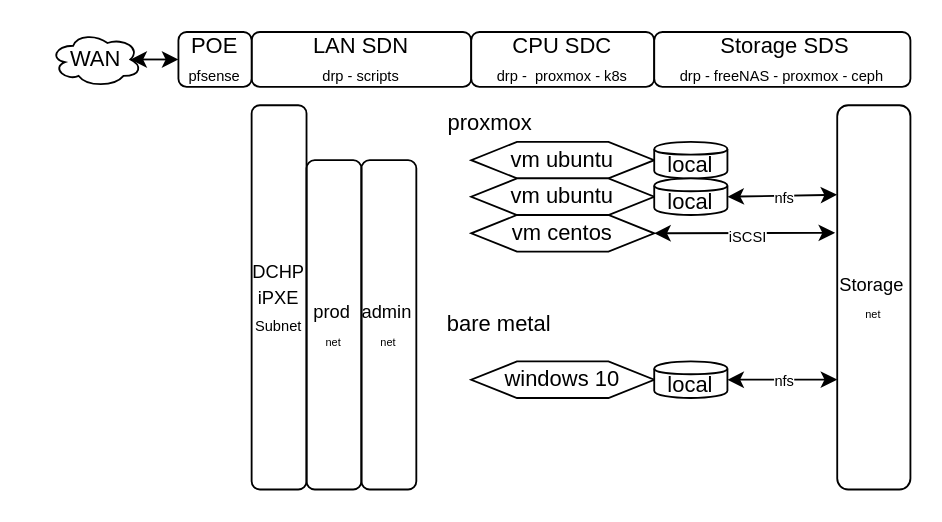
The draw.io diagram docs/gridtemplate/gridtemplate-overview.drawio in 2cld/gh, before the edit. Source tidied: cells renumbered, new cells numbered last; positions are measured from the earlier drawing's top-left corner, leaving out a move shared by most shapes. Both pictures are drawn from the tidied source at 183%, with x=0, y=0 at pixel (49, 31).
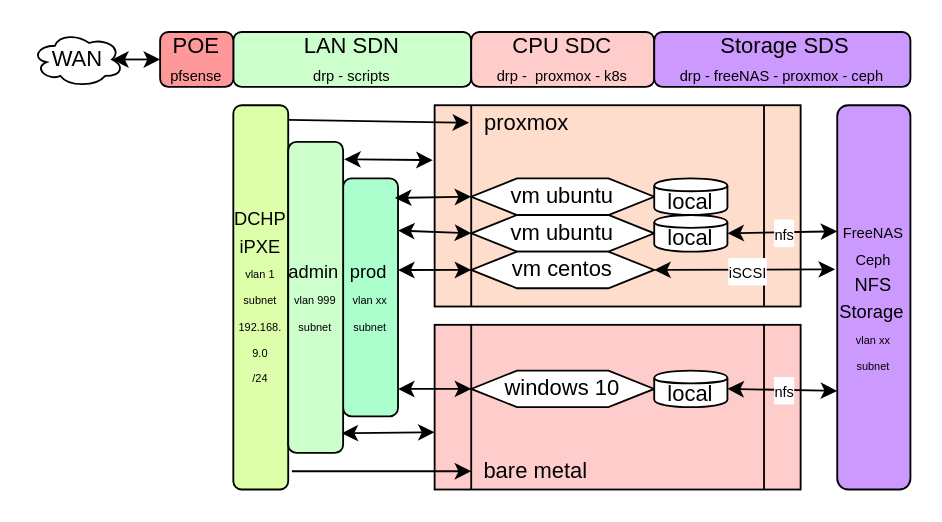
The same diagram, later.

The edit, as a diff of the source:
```diff
@@
+    <mxCell id="27" style="shape=process;whiteSpace=wrap;html=1;backgroundOutline=1;fillColor=#FFCCCC;" parent="1" vertex="1">
+      <mxGeometry x="210" y="160" width="200" height="90" as="geometry" />
+    </mxCell>
+    <mxCell id="28" style="shape=process;whiteSpace=wrap;html=1;backgroundOutline=1;fillColor=#FFDDCC;" parent="1" vertex="1">
+      <mxGeometry x="210" y="40" width="200" height="110" as="geometry" />
+    </mxCell>
     <mxCell id="2" value="WAN" style="ellipse;shape=cloud;whiteSpace=wrap;html=1;" parent="1" vertex="1">
-      <mxGeometry width="50" height="30" as="geometry" />
+      <mxGeometry x="-10" width="50" height="30" as="geometry" />
     </mxCell>
-    <mxCell id="3" value="LAN SDN&lt;br&gt;&lt;font style=&quot;font-size: 8px&quot;&gt;drp - scripts&lt;/font&gt;" style="rounded=1;whiteSpace=wrap;html=1;" parent="1" vertex="1">
-      <mxGeometry x="110" width="120" height="30" as="geometry" />
+    <mxCell id="3" value="LAN SDN&lt;br&gt;&lt;font style=&quot;font-size: 8px&quot;&gt;drp - scripts&lt;/font&gt;" style="rounded=1;whiteSpace=wrap;html=1;fillColor=#CCFFCC;" parent="1" vertex="1">
+      <mxGeometry x="100" width="130" height="30" as="geometry" />
     </mxCell>
-    <mxCell id="4" value="CPU SDC&lt;br&gt;&lt;font style=&quot;font-size: 8px&quot;&gt;drp -&amp;nbsp; proxmox - k8s&lt;/font&gt;" style="rounded=1;whiteSpace=wrap;html=1;" parent="1" vertex="1">
+    <mxCell id="4" value="CPU SDC&lt;br&gt;&lt;font style=&quot;font-size: 8px&quot;&gt;drp -&amp;nbsp; proxmox - k8s&lt;/font&gt;" style="rounded=1;whiteSpace=wrap;html=1;fillColor=#FFCCCC;" parent="1" vertex="1">
       <mxGeometry x="230" width="100" height="30" as="geometry" />
     </mxCell>
-    <mxCell id="5" value="&amp;nbsp;Storage SDS&lt;br&gt;&lt;font style=&quot;font-size: 8px&quot;&gt;drp - freeNAS - proxmox - ceph&lt;/font&gt;" style="rounded=1;whiteSpace=wrap;html=1;" parent="1" vertex="1">
+    <mxCell id="5" value="&amp;nbsp;Storage SDS&lt;br&gt;&lt;font style=&quot;font-size: 8px&quot;&gt;drp - freeNAS - proxmox - ceph&lt;/font&gt;" style="rounded=1;whiteSpace=wrap;html=1;fillColor=#CC99FF;" parent="1" vertex="1">
       <mxGeometry x="330" width="140" height="30" as="geometry" />
     </mxCell>
-    <mxCell id="6" value="POE&lt;br&gt;&lt;font style=&quot;font-size: 8px&quot;&gt;pfsense&lt;/font&gt;" style="rounded=1;whiteSpace=wrap;html=1;" parent="1" vertex="1">
-      <mxGeometry x="70" width="40" height="30" as="geometry" />
+    <mxCell id="6" value="POE&lt;br&gt;&lt;font style=&quot;font-size: 8px&quot;&gt;pfsense&lt;/font&gt;" style="rounded=1;whiteSpace=wrap;html=1;fillColor=#FF9999;" parent="1" vertex="1">
+      <mxGeometry x="60" width="40" height="30" as="geometry" />
     </mxCell>
@@
     <mxCell id="8" value="vm ubuntu" style="shape=hexagon;perimeter=hexagonPerimeter2;whiteSpace=wrap;html=1;" parent="1" vertex="1">
-      <mxGeometry x="230" y="60" width="100" height="20" as="geometry" />
+      <mxGeometry x="230" y="80" width="100" height="20" as="geometry" />
     </mxCell>
     <mxCell id="9" value="local" style="shape=cylinder;whiteSpace=wrap;html=1;boundedLbl=1;backgroundOutline=1;" parent="1" vertex="1">
-      <mxGeometry x="330" y="60" width="40" height="20" as="geometry" />
+      <mxGeometry x="330" y="80" width="40" height="20" as="geometry" />
     </mxCell>
     <mxCell id="10" value="vm ubuntu" style="shape=hexagon;perimeter=hexagonPerimeter2;whiteSpace=wrap;html=1;" parent="1" vertex="1">
-      <mxGeometry x="230" y="80" width="100" height="20" as="geometry" />
+      <mxGeometry x="230" y="100" width="100" height="20" as="geometry" />
     </mxCell>
     <mxCell id="11" value="proxmox" style="text;html=1;align=center;verticalAlign=middle;points=[];fillColor=none;strokeColor=none;rounded=0;" parent="1" vertex="1">
-      <mxGeometry x="210" y="40" width="60" height="20" as="geometry" />
+      <mxGeometry x="230" y="40" width="60" height="20" as="geometry" />
     </mxCell>
     <mxCell id="12" value="bare metal" style="text;html=1;align=center;verticalAlign=middle;points=[];fillColor=none;strokeColor=none;rounded=0;" parent="1" vertex="1">
-      <mxGeometry x="210" y="150" width="70" height="20" as="geometry" />
+      <mxGeometry x="230" y="230" width="70" height="20" as="geometry" />
     </mxCell>
     <mxCell id="13" value="vm centos" style="shape=hexagon;perimeter=hexagonPerimeter2;whiteSpace=wrap;html=1;" parent="1" vertex="1">
-      <mxGeometry x="230" y="100" width="100" height="20" as="geometry" />
+      <mxGeometry x="230" y="120" width="100" height="20" as="geometry" />
     </mxCell>
     <mxCell id="14" value="windows 10" style="shape=hexagon;perimeter=hexagonPerimeter2;whiteSpace=wrap;html=1;" parent="1" vertex="1">
-      <mxGeometry x="230" y="180" width="100" height="20" as="geometry" />
+      <mxGeometry x="230" y="185" width="100" height="20" as="geometry" />
     </mxCell>
-    <mxCell id="15" value="&lt;font style=&quot;font-size: 10px&quot;&gt;DCHP&lt;br&gt;iPXE&lt;/font&gt;&lt;br&gt;&lt;font style=&quot;font-size: 8px&quot;&gt;Subnet&lt;/font&gt;" style="rounded=1;whiteSpace=wrap;html=1;fillColor=none;" parent="1" vertex="1">
-      <mxGeometry x="110" y="40" width="30" height="210" as="geometry" />
+    <mxCell id="15" value="&lt;font style=&quot;font-size: 10px&quot;&gt;DCHP&lt;br&gt;iPXE&lt;/font&gt;&lt;br&gt;&lt;font style=&quot;font-size: 6px&quot;&gt;vlan 1&lt;br&gt;subnet&lt;br&gt;192.168.&lt;br&gt;9.0&lt;br&gt;/24&lt;br&gt;&lt;/font&gt;" style="rounded=1;whiteSpace=wrap;html=1;fillColor=#DDFFAA;" parent="1" vertex="1">
+      <mxGeometry x="100" y="40" width="30" height="210" as="geometry" />
     </mxCell>
-    <mxCell id="16" value="&lt;font style=&quot;font-size: 10px&quot;&gt;prod&lt;/font&gt;&lt;font style=&quot;font-size: 6px&quot;&gt;&amp;nbsp;&lt;br&gt;net&lt;br&gt;&lt;/font&gt;" style="rounded=1;whiteSpace=wrap;html=1;fillColor=none;" parent="1" vertex="1">
-      <mxGeometry x="140" y="70" width="30" height="180" as="geometry" />
+    <mxCell id="16" value="&lt;font style=&quot;font-size: 10px&quot;&gt;prod&lt;/font&gt;&lt;font style=&quot;font-size: 6px&quot;&gt;&amp;nbsp;&lt;br&gt;vlan xx&lt;br&gt;subnet&lt;br&gt;&lt;/font&gt;" style="rounded=1;whiteSpace=wrap;html=1;fillColor=#AAFFCC;" parent="1" vertex="1">
+      <mxGeometry x="160" y="80" width="30" height="130" as="geometry" />
     </mxCell>
-    <mxCell id="17" value="&lt;font style=&quot;font-size: 10px&quot;&gt;admin&lt;/font&gt;&lt;font style=&quot;font-size: 6px&quot;&gt;&amp;nbsp;&lt;br&gt;net&lt;br&gt;&lt;/font&gt;" style="rounded=1;whiteSpace=wrap;html=1;fillColor=none;" parent="1" vertex="1">
-      <mxGeometry x="170" y="70" width="30" height="180" as="geometry" />
+    <mxCell id="17" value="&lt;font style=&quot;font-size: 10px&quot;&gt;admin&lt;/font&gt;&lt;font style=&quot;font-size: 6px&quot;&gt;&amp;nbsp;&lt;br&gt;vlan 999&lt;br&gt;subnet&lt;br&gt;&lt;/font&gt;" style="rounded=1;whiteSpace=wrap;html=1;fillColor=#CCFFCC;" parent="1" vertex="1">
+      <mxGeometry x="130" y="60" width="30" height="170" as="geometry" />
     </mxCell>
-    <mxCell id="18" value="&lt;font style=&quot;font-size: 10px&quot;&gt;Storage&lt;/font&gt;&lt;font style=&quot;font-size: 6px&quot;&gt;&amp;nbsp;&lt;br&gt;net&lt;br&gt;&lt;/font&gt;" style="rounded=1;whiteSpace=wrap;html=1;fillColor=none;" parent="1" vertex="1">
+    <mxCell id="18" value="&lt;font&gt;&lt;font style=&quot;font-size: 8px&quot;&gt;FreeNAS&lt;/font&gt;&lt;br&gt;&lt;font style=&quot;font-size: 8px&quot;&gt;Ceph&lt;/font&gt;&lt;br&gt;&lt;span style=&quot;font-size: 10px&quot;&gt;NFS&lt;/span&gt;&lt;br&gt;&lt;span style=&quot;font-size: 10px&quot;&gt;Storage&lt;/span&gt;&lt;/font&gt;&lt;font style=&quot;font-size: 6px&quot;&gt;&amp;nbsp;&lt;br&gt;vlan xx&lt;br&gt;subnet&lt;br&gt;&lt;/font&gt;" style="rounded=1;whiteSpace=wrap;html=1;fillColor=#CC99FF;" parent="1" vertex="1">
       <mxGeometry x="430" y="40" width="40" height="210" as="geometry" />
     </mxCell>
     <mxCell id="19" value="local" style="shape=cylinder;whiteSpace=wrap;html=1;boundedLbl=1;backgroundOutline=1;" parent="1" vertex="1">
-      <mxGeometry x="330" y="180" width="40" height="20" as="geometry" />
+      <mxGeometry x="330" y="185" width="40" height="20" as="geometry" />
     </mxCell>
     <mxCell id="20" value="local" style="shape=cylinder;whiteSpace=wrap;html=1;boundedLbl=1;backgroundOutline=1;" parent="1" vertex="1">
-      <mxGeometry x="330" y="80" width="40" height="20" as="geometry" />
+      <mxGeometry x="330" y="100" width="40" height="20" as="geometry" />
     </mxCell>
-    <mxCell id="21" style="endArrow=classic;startArrow=classic;html=1;exitX=1;exitY=0.5;exitDx=0;exitDy=0;entryX=-0.029;entryY=0.332;entryDx=0;entryDy=0;entryPerimeter=0;" parent="1" edge="1" source="13" target="18">
-      <mxGeometry relative="1" as="geometry" />
+    <mxCell id="21" style="endArrow=classic;startArrow=classic;html=1;exitX=1;exitY=0.5;exitDx=0;exitDy=0;entryX=-0.029;entryY=0.332;entryDx=0;entryDy=0;entryPerimeter=0;" parent="1" edge="1" source="13">
+      <mxGeometry relative="1" as="geometry">
+        <mxPoint x="428.8" y="129.7" as="targetPoint" />
+      </mxGeometry>
     </mxCell>
@@
-    <mxCell id="23" style="endArrow=classic;startArrow=classic;html=1;exitX=1;exitY=0.5;exitDx=0;exitDy=0;entryX=0;entryY=0.233;entryDx=0;entryDy=0;entryPerimeter=0;" parent="1" edge="1" source="20" target="18">
-      <mxGeometry relative="1" as="geometry" />
+    <mxCell id="23" style="endArrow=classic;startArrow=classic;html=1;exitX=1;exitY=0.5;exitDx=0;exitDy=0;entryX=0;entryY=0.233;entryDx=0;entryDy=0;entryPerimeter=0;" parent="1" edge="1" source="20">
+      <mxGeometry relative="1" as="geometry">
+        <mxPoint x="430" y="108.9" as="targetPoint" />
+      </mxGeometry>
     </mxCell>
@@
-    <mxCell id="25" style="endArrow=classic;startArrow=classic;html=1;exitX=1;exitY=0.5;exitDx=0;exitDy=0;entryX=0;entryY=0.714;entryDx=0;entryDy=0;entryPerimeter=0;" parent="1" edge="1" source="19" target="18">
-      <mxGeometry relative="1" as="geometry" />
+    <mxCell id="25" style="endArrow=classic;startArrow=classic;html=1;exitX=1;exitY=0.5;exitDx=0;exitDy=0;entryX=0;entryY=0.91;entryDx=0;entryDy=0;entryPerimeter=0;" parent="1" edge="1" source="19">
+      <mxGeometry relative="1" as="geometry">
+        <mxPoint x="430" y="196.1" as="targetPoint" />
+      </mxGeometry>
     </mxCell>
@@
+    <mxCell id="29" style="endArrow=classic;html=1;entryX=-0.019;entryY=0.479;entryDx=0;entryDy=0;entryPerimeter=0;exitX=1.01;exitY=0.038;exitDx=0;exitDy=0;exitPerimeter=0;" parent="1" edge="1" source="15" target="11">
+      <mxGeometry relative="1" as="geometry" />
+    </mxCell>
+    <mxCell id="30" style="endArrow=classic;startArrow=classic;html=1;exitX=1.019;exitY=0.056;exitDx=0;exitDy=0;exitPerimeter=0;" parent="1" edge="1" source="17">
+      <mxGeometry relative="1" as="geometry">
+        <mxPoint x="209" y="70" as="targetPoint" />
+      </mxGeometry>
+    </mxCell>
+    <mxCell id="31" style="endArrow=classic;startArrow=classic;html=1;exitX=0.971;exitY=0.937;exitDx=0;exitDy=0;exitPerimeter=0;entryX=0;entryY=0.652;entryDx=0;entryDy=0;entryPerimeter=0;" parent="1" edge="1" source="17" target="27">
+      <mxGeometry relative="1" as="geometry" />
+    </mxCell>
+    <mxCell id="32" style="endArrow=classic;html=1;" parent="1" edge="1" target="12">
+      <mxGeometry relative="1" as="geometry">
+        <mxPoint x="132" y="240" as="sourcePoint" />
+      </mxGeometry>
+    </mxCell>
+    <mxCell id="33" style="endArrow=classic;startArrow=classic;html=1;entryX=0;entryY=0.5;entryDx=0;entryDy=0;exitX=1;exitY=0.885;exitDx=0;exitDy=0;exitPerimeter=0;" parent="1" edge="1" source="16" target="14">
+      <mxGeometry relative="1" as="geometry" />
+    </mxCell>
+    <mxCell id="34" style="endArrow=classic;startArrow=classic;html=1;entryX=0;entryY=0.5;entryDx=0;entryDy=0;exitX=1;exitY=0.385;exitDx=0;exitDy=0;exitPerimeter=0;" parent="1" edge="1" source="16" target="13">
+      <mxGeometry relative="1" as="geometry" />
+    </mxCell>
+    <mxCell id="35" style="endArrow=classic;startArrow=classic;html=1;entryX=0;entryY=0.5;entryDx=0;entryDy=0;exitX=1;exitY=0.219;exitDx=0;exitDy=0;exitPerimeter=0;" parent="1" edge="1" source="16" target="10">
+      <mxGeometry relative="1" as="geometry" />
+    </mxCell>
+    <mxCell id="36" style="endArrow=classic;startArrow=classic;html=1;entryX=0;entryY=0.5;entryDx=0;entryDy=0;exitX=0.943;exitY=0.082;exitDx=0;exitDy=0;exitPerimeter=0;" parent="1" edge="1" source="16" target="8">
+      <mxGeometry relative="1" as="geometry" />
+    </mxCell>
```
